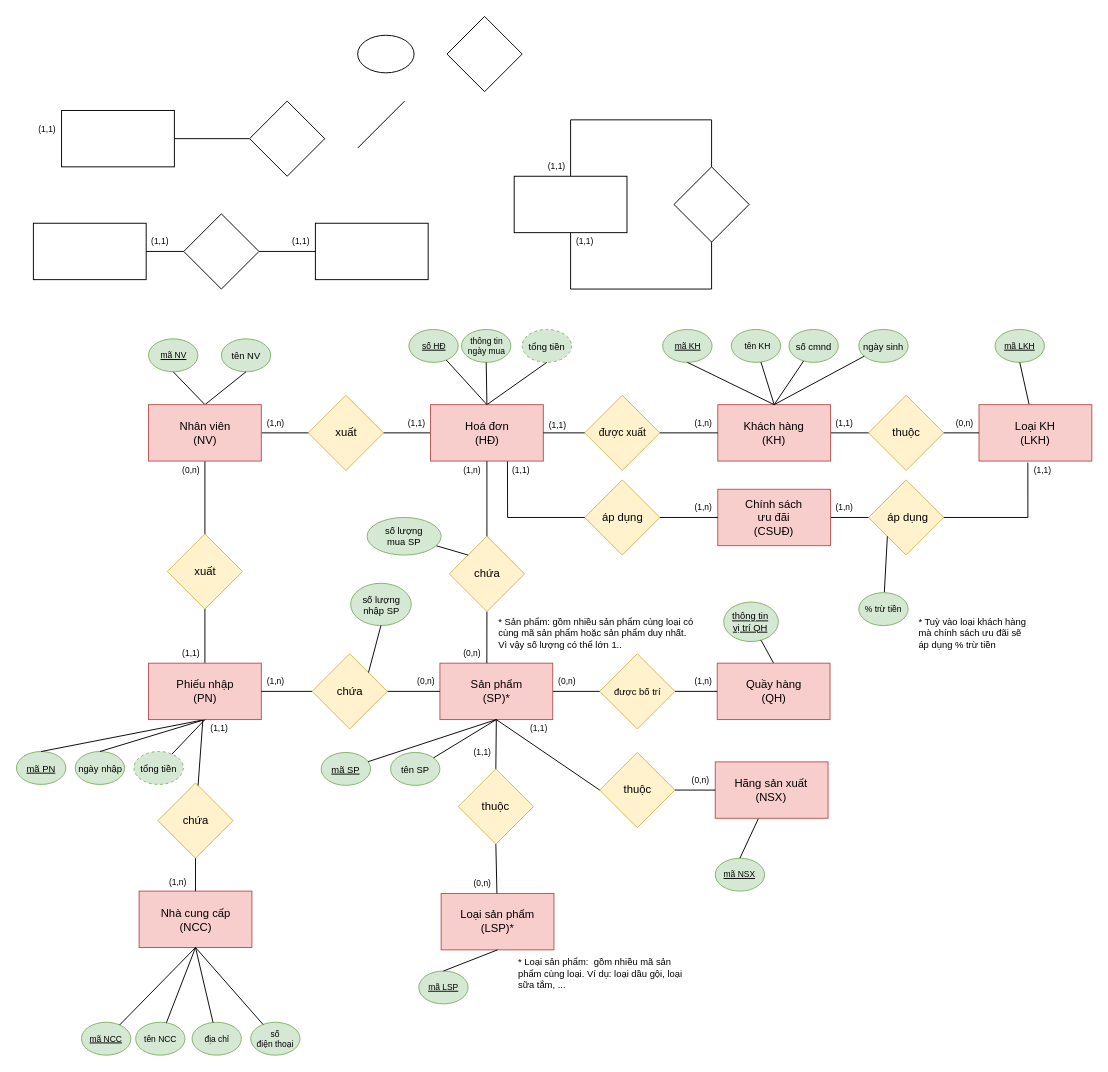
Above: EXERCISES/ER Diagram.drawio in andytino/Documents-Database (draw.io), before the change. Source tidied: cells renumbered, new cells numbered last; positions are measured from the earlier drawing's top-left corner, leaving out a move shared by most shapes. Both pictures are drawn from the tidied source at 94%, with x=0, y=0 at pixel (16, 16).
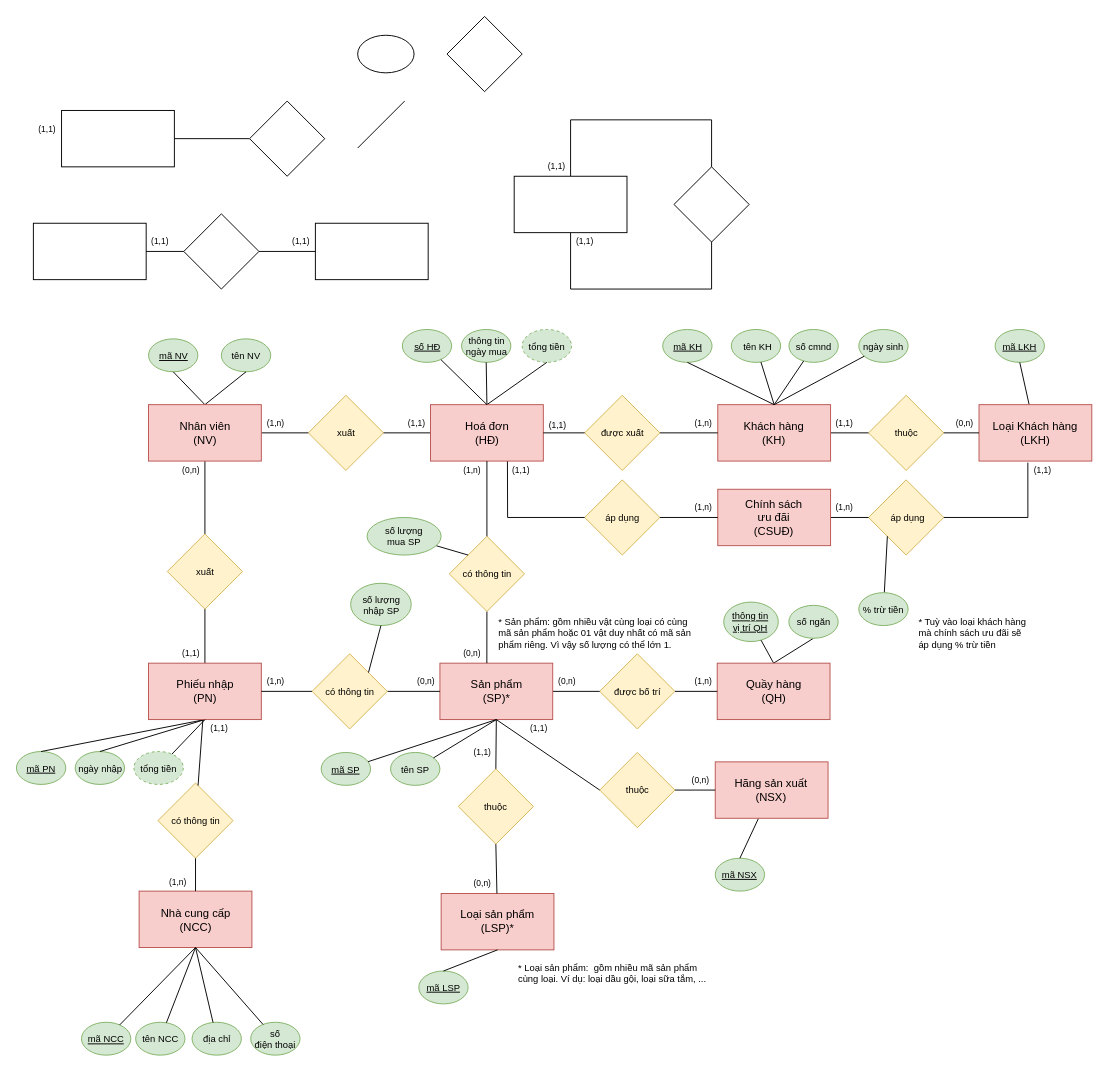
The same diagram, later.

Unchanged cells that the change refers to:
```xml
<mxCell id="80" value="Quầy hàng&lt;br&gt;(QH)" style="rounded=0;whiteSpace=wrap;html=1;fillColor=#f8cecc;strokeColor=#b85450;" parent="28" vertex="1">
  <mxGeometry x="745.5" y="355" width="120" height="60" as="geometry" />
</mxCell>
```

The edit, as a diff of the source:
```diff
@@
-    <mxCell id="28" style="group;" parent="1" vertex="1">
+    <mxCell id="28" style="group;fontSize=10;" parent="1" vertex="1">
       <mxGeometry y="333" width="1144" height="772" as="geometry" />
     </mxCell>
-    <mxCell id="29" value="xuất" style="rhombus;whiteSpace=wrap;html=1;fillColor=#fff2cc;strokeColor=#d6b656;" parent="28" vertex="1">
+    <mxCell id="29" value="xuất" style="rhombus;whiteSpace=wrap;html=1;fillColor=#fff2cc;strokeColor=#d6b656;fontSize=10;" parent="28" vertex="1">
       <mxGeometry x="160.5" y="217.5" width="80" height="80" as="geometry" />
     </mxCell>
@@
-    <mxCell id="32" value="được xuất" style="rhombus;whiteSpace=wrap;html=1;fontSize=11;fillColor=#fff2cc;strokeColor=#d6b656;" parent="28" vertex="1">
+    <mxCell id="32" value="được xuất" style="rhombus;whiteSpace=wrap;html=1;fontSize=10;fillColor=#fff2cc;strokeColor=#d6b656;" parent="28" vertex="1">
       <mxGeometry x="604.5" y="70" width="80" height="80" as="geometry" />
     </mxCell>
-    <mxCell id="33" value="&amp;nbsp;áp dụng" style="rhombus;whiteSpace=wrap;html=1;rotation=0;fillColor=#fff2cc;strokeColor=#d6b656;" parent="28" vertex="1">
+    <mxCell id="33" value="&amp;nbsp;áp dụng" style="rhombus;whiteSpace=wrap;html=1;rotation=0;fillColor=#fff2cc;strokeColor=#d6b656;fontSize=10;" parent="28" vertex="1">
       <mxGeometry x="906.5" y="160" width="80" height="80" as="geometry" />
     </mxCell>
@@
-    <mxCell id="36" value="&lt;u style=&quot;font-size: 9px;&quot;&gt;mã NCC&lt;/u&gt;" style="ellipse;whiteSpace=wrap;html=1;fontSize=9;fillColor=#d5e8d4;strokeColor=#82b366;" parent="28" vertex="1">
+    <mxCell id="36" value="&lt;u style=&quot;font-size: 10px;&quot;&gt;mã NCC&lt;/u&gt;" style="ellipse;whiteSpace=wrap;html=1;fontSize=10;fillColor=#d5e8d4;strokeColor=#82b366;" parent="28" vertex="1">
       <mxGeometry x="69.2" y="737" width="52.5" height="35" as="geometry" />
     </mxCell>
-    <mxCell id="37" value="tên NCC" style="ellipse;whiteSpace=wrap;html=1;fontSize=9;fillColor=#d5e8d4;strokeColor=#82b366;" parent="28" vertex="1">
+    <mxCell id="37" value="tên NCC" style="ellipse;whiteSpace=wrap;html=1;fontSize=10;fillColor=#d5e8d4;strokeColor=#82b366;" parent="28" vertex="1">
       <mxGeometry x="126.8" y="737" width="52.5" height="35" as="geometry" />
     </mxCell>
-    <mxCell id="38" value="địa chỉ" style="ellipse;whiteSpace=wrap;html=1;fontSize=9;fillColor=#d5e8d4;strokeColor=#82b366;" parent="28" vertex="1">
+    <mxCell id="38" value="địa chỉ" style="ellipse;whiteSpace=wrap;html=1;fontSize=10;fillColor=#d5e8d4;strokeColor=#82b366;" parent="28" vertex="1">
       <mxGeometry x="186.8" y="737" width="52.5" height="35" as="geometry" />
     </mxCell>
-    <mxCell id="39" value="số&lt;br style=&quot;font-size: 9px;&quot;&gt;điện thoại" style="ellipse;whiteSpace=wrap;html=1;fontSize=9;fillColor=#d5e8d4;strokeColor=#82b366;" parent="28" vertex="1">
+    <mxCell id="39" value="số&lt;br style=&quot;font-size: 10px;&quot;&gt;điện thoại" style="ellipse;whiteSpace=wrap;html=1;fontSize=10;fillColor=#d5e8d4;strokeColor=#82b366;" parent="28" vertex="1">
       <mxGeometry x="249.2" y="737" width="52.5" height="35" as="geometry" />
     </mxCell>
@@
-    <mxCell id="45" value="&lt;u style=&quot;font-size: 9px;&quot;&gt;mã NV&lt;/u&gt;" style="ellipse;whiteSpace=wrap;html=1;fontSize=9;fillColor=#d5e8d4;strokeColor=#82b366;" parent="28" vertex="1">
+    <mxCell id="45" value="&lt;u style=&quot;font-size: 10px;&quot;&gt;mã NV&lt;/u&gt;" style="ellipse;whiteSpace=wrap;html=1;fontSize=10;fillColor=#d5e8d4;strokeColor=#82b366;" parent="28" vertex="1">
       <mxGeometry x="140.5" y="10" width="52.5" height="35" as="geometry" />
     </mxCell>
@@
-    <mxCell id="51" value="&lt;u&gt;mã LSP&lt;/u&gt;" style="ellipse;whiteSpace=wrap;html=1;fontSize=9;fillColor=#d5e8d4;strokeColor=#82b366;" parent="28" vertex="1">
+    <mxCell id="51" value="&lt;u style=&quot;font-size: 10px;&quot;&gt;mã LSP&lt;/u&gt;" style="ellipse;whiteSpace=wrap;html=1;fontSize=10;fillColor=#d5e8d4;strokeColor=#82b366;" parent="28" vertex="1">
       <mxGeometry x="428" y="682.5" width="52.5" height="35" as="geometry" />
     </mxCell>
-    <mxCell id="52" value="&lt;u style=&quot;font-size: 9px;&quot;&gt;số HĐ&lt;br style=&quot;font-size: 9px;&quot;&gt;&lt;/u&gt;" style="ellipse;whiteSpace=wrap;html=1;fontSize=9;fillColor=#d5e8d4;strokeColor=#82b366;" parent="28" vertex="1">
-      <mxGeometry x="417.5" width="52.5" height="35" as="geometry" />
+    <mxCell id="52" value="&lt;u style=&quot;font-size: 10px;&quot;&gt;số HĐ&lt;br style=&quot;font-size: 10px;&quot;&gt;&lt;/u&gt;" style="ellipse;whiteSpace=wrap;html=1;fontSize=10;fillColor=#d5e8d4;strokeColor=#82b366;" parent="28" vertex="1">
+      <mxGeometry x="410.5" width="52.5" height="35" as="geometry" />
     </mxCell>
-    <mxCell id="53" value="thông tin&lt;br style=&quot;font-size: 9px;&quot;&gt;ngày mua" style="ellipse;whiteSpace=wrap;html=1;fontSize=9;fillColor=#d5e8d4;strokeColor=#82b366;" parent="28" vertex="1">
+    <mxCell id="53" value="thông tin&lt;br style=&quot;font-size: 10px;&quot;&gt;ngày mua" style="ellipse;whiteSpace=wrap;html=1;fontSize=10;fillColor=#d5e8d4;strokeColor=#82b366;" parent="28" vertex="1">
       <mxGeometry x="473.5" width="52.5" height="35" as="geometry" />
     </mxCell>
@@
-    <mxCell id="56" value="&lt;u style=&quot;font-size: 9px;&quot;&gt;mã KH&lt;br style=&quot;font-size: 9px;&quot;&gt;&lt;/u&gt;" style="ellipse;whiteSpace=wrap;html=1;fontSize=9;fillColor=#d5e8d4;strokeColor=#82b366;" parent="28" vertex="1">
+    <mxCell id="56" value="&lt;u style=&quot;font-size: 10px;&quot;&gt;mã KH&lt;br style=&quot;font-size: 10px;&quot;&gt;&lt;/u&gt;" style="ellipse;whiteSpace=wrap;html=1;fontSize=10;fillColor=#d5e8d4;strokeColor=#82b366;" parent="28" vertex="1">
       <mxGeometry x="687.5" width="52.5" height="35" as="geometry" />
     </mxCell>
-    <mxCell id="57" value="&amp;nbsp;tên KH" style="ellipse;whiteSpace=wrap;html=1;fontSize=9;fillColor=#d5e8d4;strokeColor=#82b366;" parent="28" vertex="1">
+    <mxCell id="57" value="&amp;nbsp;tên KH" style="ellipse;whiteSpace=wrap;html=1;fontSize=10;fillColor=#d5e8d4;strokeColor=#82b366;" parent="28" vertex="1">
       <mxGeometry x="760.5" width="52.5" height="35" as="geometry" />
     </mxCell>
@@
-    <mxCell id="60" value="áp dụng" style="rhombus;whiteSpace=wrap;html=1;rotation=0;fillColor=#fff2cc;strokeColor=#d6b656;" parent="28" vertex="1">
+    <mxCell id="60" value="áp dụng" style="rhombus;whiteSpace=wrap;html=1;rotation=0;fillColor=#fff2cc;strokeColor=#d6b656;fontSize=10;" parent="28" vertex="1">
       <mxGeometry x="604.5" y="160" width="80" height="80" as="geometry" />
     </mxCell>
@@
-    <mxCell id="63" value="chứa" style="rhombus;whiteSpace=wrap;html=1;fillColor=#fff2cc;strokeColor=#d6b656;" parent="28" vertex="1">
+    <mxCell id="63" value="có thông tin" style="rhombus;whiteSpace=wrap;html=1;fillColor=#fff2cc;strokeColor=#d6b656;fontSize=10;" parent="28" vertex="1">
       <mxGeometry x="150.5" y="482.5" width="80" height="80" as="geometry" />
     </mxCell>
@@
-    <mxCell id="76" value="chứa" style="rhombus;whiteSpace=wrap;html=1;fillColor=#fff2cc;strokeColor=#d6b656;" parent="28" vertex="1">
+    <mxCell id="76" value="có thông tin" style="rhombus;whiteSpace=wrap;html=1;fillColor=#fff2cc;strokeColor=#d6b656;fontSize=10;" parent="28" vertex="1">
       <mxGeometry x="314.5" y="345" width="80" height="80" as="geometry" />
     </mxCell>
@@
+    <mxCell id="155" style="edgeStyle=none;shape=connector;rounded=0;jettySize=auto;html=1;entryX=0.5;entryY=1;entryDx=0;entryDy=0;labelBackgroundColor=default;fontFamily=Helvetica;fontSize=10;fontColor=default;endArrow=none;strokeColor=default;exitX=0.5;exitY=0;exitDx=0;exitDy=0;" parent="28" edge="1" source="80" target="156">
+      <mxGeometry relative="1" as="geometry" />
+    </mxCell>
@@
-    <mxCell id="82" value="xuất" style="rhombus;whiteSpace=wrap;html=1;fillColor=#fff2cc;strokeColor=#d6b656;" parent="28" vertex="1">
+    <mxCell id="82" value="xuất" style="rhombus;whiteSpace=wrap;html=1;fillColor=#fff2cc;strokeColor=#d6b656;fontSize=10;" parent="28" vertex="1">
       <mxGeometry x="310.5" y="70" width="80" height="80" as="geometry" />
     </mxCell>
@@
-    <mxCell id="94" value="chứa" style="rhombus;whiteSpace=wrap;html=1;fillColor=#fff2cc;strokeColor=#d6b656;" parent="28" vertex="1">
+    <mxCell id="94" value="có thông tin" style="rhombus;whiteSpace=wrap;html=1;fillColor=#fff2cc;strokeColor=#d6b656;fontSize=10;" parent="28" vertex="1">
       <mxGeometry x="460.5" y="220" width="80" height="80" as="geometry" />
     </mxCell>
@@
-    <mxCell id="96" value="thuộc" style="rhombus;whiteSpace=wrap;html=1;fillColor=#fff2cc;strokeColor=#d6b656;" parent="28" vertex="1">
+    <mxCell id="96" value="thuộc" style="rhombus;whiteSpace=wrap;html=1;fillColor=#fff2cc;strokeColor=#d6b656;fontSize=10;" parent="28" vertex="1">
       <mxGeometry x="620.5" y="450" width="80" height="80" as="geometry" />
     </mxCell>
@@
-    <mxCell id="98" value="&lt;u&gt;mã NSX&lt;/u&gt;" style="ellipse;whiteSpace=wrap;html=1;fontSize=9;fillColor=#d5e8d4;strokeColor=#82b366;" parent="28" vertex="1">
+    <mxCell id="98" value="&lt;u style=&quot;font-size: 10px;&quot;&gt;mã NSX&lt;/u&gt;" style="ellipse;whiteSpace=wrap;html=1;fontSize=10;fillColor=#d5e8d4;strokeColor=#82b366;" parent="28" vertex="1">
       <mxGeometry x="743.4" y="562.5" width="52.5" height="35" as="geometry" />
     </mxCell>
@@
-    <mxCell id="100" value="thuộc" style="rhombus;whiteSpace=wrap;html=1;fillColor=#fff2cc;strokeColor=#d6b656;" parent="28" vertex="1">
+    <mxCell id="100" value="thuộc" style="rhombus;whiteSpace=wrap;html=1;fillColor=#fff2cc;strokeColor=#d6b656;fontSize=10;" parent="28" vertex="1">
       <mxGeometry x="470" y="467.5" width="80" height="80" as="geometry" />
     </mxCell>
@@
-    <mxCell id="102" value="thuộc" style="rhombus;whiteSpace=wrap;html=1;fillColor=#fff2cc;strokeColor=#d6b656;" parent="28" vertex="1">
+    <mxCell id="102" value="thuộc" style="rhombus;whiteSpace=wrap;html=1;fillColor=#fff2cc;strokeColor=#d6b656;fontSize=10;" parent="28" vertex="1">
       <mxGeometry x="906.5" y="70" width="80" height="80" as="geometry" />
     </mxCell>
-    <mxCell id="103" value="&lt;u&gt;mã LKH&lt;/u&gt;" style="ellipse;whiteSpace=wrap;html=1;fontSize=9;fillColor=#d5e8d4;strokeColor=#82b366;" parent="28" vertex="1">
+    <mxCell id="103" value="&lt;u style=&quot;font-size: 10px;&quot;&gt;mã LKH&lt;/u&gt;" style="ellipse;whiteSpace=wrap;html=1;fontSize=10;fillColor=#d5e8d4;strokeColor=#82b366;" parent="28" vertex="1">
       <mxGeometry x="1041.1" width="52.5" height="35" as="geometry" />
     </mxCell>
@@
-    <mxCell id="142" value="Loại KH&lt;br&gt;(LKH)" style="rounded=0;whiteSpace=wrap;html=1;fillColor=#f8cecc;strokeColor=#b85450;" parent="28" vertex="1">
+    <mxCell id="142" value="Loại Khách hàng&lt;br&gt;(LKH)" style="rounded=0;whiteSpace=wrap;html=1;fillColor=#f8cecc;strokeColor=#b85450;" parent="28" vertex="1">
       <mxGeometry x="1024" y="80" width="120" height="60" as="geometry" />
     </mxCell>
@@
-    <mxCell id="150" value="% trừ tiền" style="ellipse;whiteSpace=wrap;html=1;fontSize=9;fillColor=#d5e8d4;strokeColor=#82b366;" parent="28" vertex="1">
+    <mxCell id="150" value="% trừ tiền" style="ellipse;whiteSpace=wrap;html=1;fontSize=10;fillColor=#d5e8d4;strokeColor=#82b366;" parent="28" vertex="1">
       <mxGeometry x="896.1" y="280" width="52.5" height="35" as="geometry" />
     </mxCell>
-    <mxCell id="151" value="* Sản phẩm: gồm nhiều sản phẩm cùng loại có cùng mã sản phẩm hoặc sản phẩm duy nhất. Vì vậy số lượng có thể lớn 1.." style="text;html=1;strokeColor=none;fillColor=none;align=left;verticalAlign=middle;whiteSpace=wrap;rounded=0;dashed=1;fontFamily=Helvetica;fontSize=10;fontColor=default;" parent="28" vertex="1">
+    <mxCell id="151" value="* Sản phẩm: gồm nhiều vật cùng loại có cùng mã sản phẩm hoặc 01 vật duy nhất có mã sản phẩm riêng. Vì vậy số lượng có thể lớn 1." style="text;html=1;strokeColor=none;fillColor=none;align=left;verticalAlign=middle;whiteSpace=wrap;rounded=0;dashed=1;fontFamily=Helvetica;fontSize=10;fontColor=default;" parent="28" vertex="1">
       <mxGeometry x="510.5" y="308" width="210" height="30" as="geometry" />
     </mxCell>
-    <mxCell id="152" value="* Loại sản phẩm:&amp;nbsp; gồm nhiều mã sản phẩm cùng loại. Ví dụ: loại dầu gội, loại &lt;br&gt;sữa tắm, ..." style="text;html=1;strokeColor=none;fillColor=none;align=left;verticalAlign=middle;whiteSpace=wrap;rounded=0;dashed=1;fontFamily=Helvetica;fontSize=10;fontColor=default;" parent="28" vertex="1">
-      <mxGeometry x="532" y="670" width="188.5" height="30" as="geometry" />
+    <mxCell id="152" value="* Loại sản phẩm:&amp;nbsp; gồm nhiều mã sản phẩm cùng loại. Ví dụ: loại dầu gội, loại sữa tắm, ..." style="text;html=1;strokeColor=none;fillColor=none;align=left;verticalAlign=middle;whiteSpace=wrap;rounded=0;dashed=1;fontFamily=Helvetica;fontSize=10;fontColor=default;" parent="28" vertex="1">
+      <mxGeometry x="532" y="670" width="208" height="30" as="geometry" />
     </mxCell>
@@
+    <mxCell id="156" value="số ngăn" style="ellipse;whiteSpace=wrap;html=1;fontSize=10;fillColor=#d5e8d4;strokeColor=#82b366;" parent="28" vertex="1">
+      <mxGeometry x="821.7" y="293.5" width="52.5" height="35" as="geometry" />
+    </mxCell>
```
